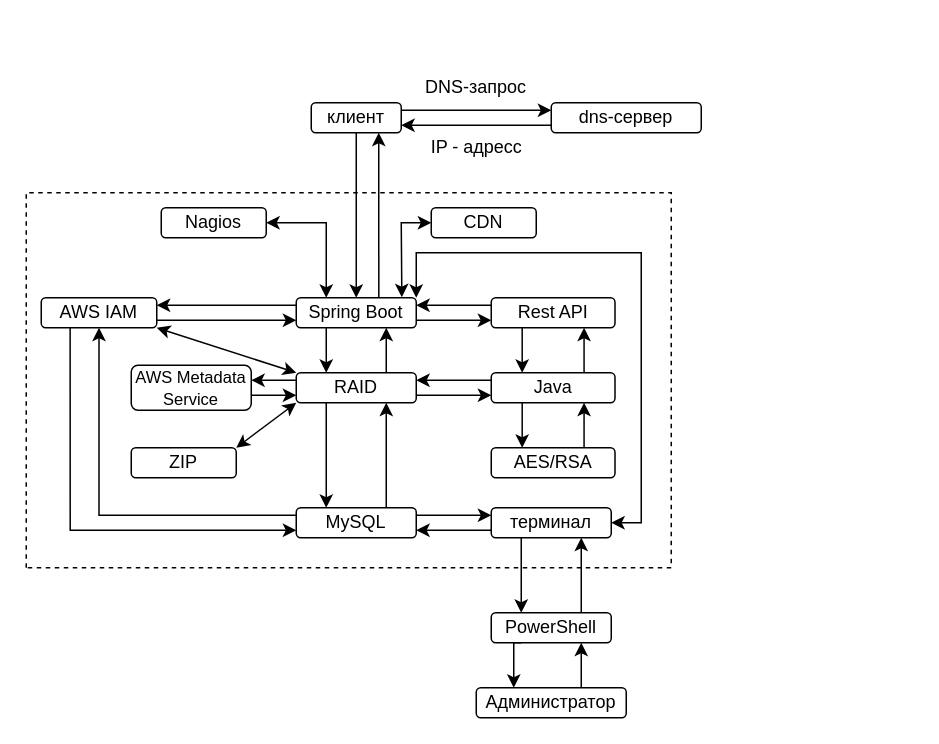
Before: Untitled Diagram.drawio in vvha/Vvha, a draw.io diagram. Source tidied: cells renumbered, new cells numbered last; positions are measured from the earlier drawing's top-left corner, leaving out a move shared by most shapes. Both pictures are drawn from the tidied source at 150%, with x=0, y=0 at pixel (26, 72).
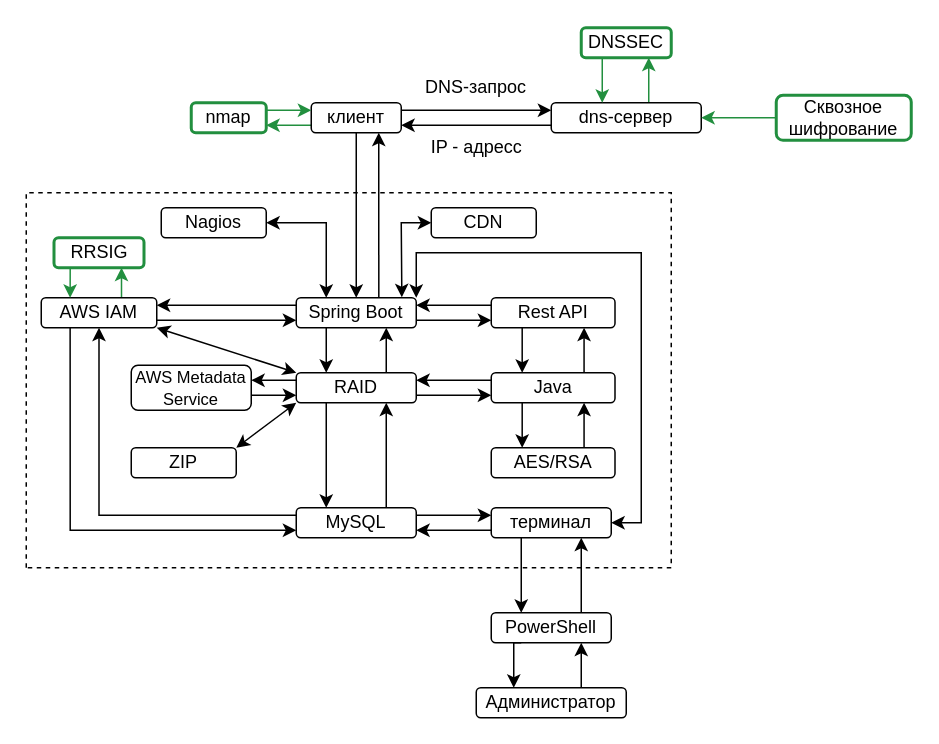
The same page after the edit.

Commit message:
defence_methods

The change refers to these unchanged cells:
```xml
<mxCell id="4" value="клиент" style="rounded=1;whiteSpace=wrap;html=1;" parent="1" vertex="1">
  <mxGeometry x="190" y="20" width="60" height="20" as="geometry" />
</mxCell>
<mxCell id="6" value="dns-сервер" style="rounded=1;whiteSpace=wrap;html=1;" parent="1" vertex="1">
  <mxGeometry x="350" y="20" width="100" height="20" as="geometry" />
</mxCell>
<mxCell id="22" value="AWS IAM" style="rounded=1;whiteSpace=wrap;html=1;" parent="1" vertex="1">
  <mxGeometry x="10" y="150" width="77" height="20" as="geometry" />
</mxCell>
```

Change to the diagram source:
```diff
@@
+    <mxCell id="55" style="edgeStyle=orthogonalEdgeStyle;rounded=0;jettySize=auto;html=1;exitX=0;exitY=0.75;exitDx=0;exitDy=0;entryX=1;entryY=0.75;entryDx=0;entryDy=0;strokeColor=#228F3F;" parent="1" edge="1" source="4" target="61">
+      <mxGeometry relative="1" as="geometry" />
+    </mxCell>
@@
+    <mxCell id="56" style="edgeStyle=orthogonalEdgeStyle;rounded=0;jettySize=auto;html=1;exitX=0.75;exitY=0;exitDx=0;exitDy=0;entryX=0.75;entryY=1;entryDx=0;entryDy=0;strokeColor=#228F3F;" parent="1" edge="1" source="6" target="63">
+      <mxGeometry relative="1" as="geometry" />
+    </mxCell>
@@
+    <mxCell id="57" style="edgeStyle=orthogonalEdgeStyle;rounded=0;jettySize=auto;html=1;exitX=0.75;exitY=0;exitDx=0;exitDy=0;entryX=0.75;entryY=1;entryDx=0;entryDy=0;strokeColor=#228F3F;" parent="1" edge="1" source="22" target="59">
+      <mxGeometry relative="1" as="geometry" />
+    </mxCell>
@@
+    <mxCell id="58" style="edgeStyle=orthogonalEdgeStyle;rounded=0;jettySize=auto;html=1;exitX=0.25;exitY=1;exitDx=0;exitDy=0;entryX=0.25;entryY=0;entryDx=0;entryDy=0;strokeColor=#228F3F;" parent="1" edge="1" source="59" target="22">
+      <mxGeometry relative="1" as="geometry" />
+    </mxCell>
+    <mxCell id="59" value="RRSIG" style="rounded=1;whiteSpace=wrap;html=1;strokeColor=#228F3F;shadow=0;strokeWidth=2;" parent="1" vertex="1">
+      <mxGeometry x="18.5" y="110" width="60" height="20" as="geometry" />
+    </mxCell>
+    <mxCell id="60" style="edgeStyle=orthogonalEdgeStyle;rounded=0;jettySize=auto;html=1;exitX=1;exitY=0.25;exitDx=0;exitDy=0;entryX=0;entryY=0.25;entryDx=0;entryDy=0;strokeColor=#228F3F;" parent="1" edge="1" source="61" target="4">
+      <mxGeometry relative="1" as="geometry" />
+    </mxCell>
+    <mxCell id="61" value="nmap" style="rounded=1;whiteSpace=wrap;html=1;strokeColor=#228F3F;shadow=0;strokeWidth=2;" parent="1" vertex="1">
+      <mxGeometry x="110" y="20" width="50" height="20" as="geometry" />
+    </mxCell>
+    <mxCell id="62" style="edgeStyle=orthogonalEdgeStyle;rounded=0;jettySize=auto;html=1;exitX=0.25;exitY=1;exitDx=0;exitDy=0;strokeColor=#228F3F;" parent="1" edge="1" source="63">
+      <mxGeometry relative="1" as="geometry">
+        <mxPoint x="384" y="20" as="targetPoint" />
+      </mxGeometry>
+    </mxCell>
+    <mxCell id="63" value="DNSSEC" style="rounded=1;whiteSpace=wrap;html=1;strokeColor=#228F3F;strokeWidth=2;" parent="1" vertex="1">
+      <mxGeometry x="370" y="-30" width="60" height="20" as="geometry" />
+    </mxCell>
+    <mxCell id="64" style="edgeStyle=orthogonalEdgeStyle;rounded=0;jettySize=auto;html=1;exitX=0;exitY=0.5;exitDx=0;exitDy=0;strokeColor=#228F3F;" parent="1" edge="1" source="65" target="6">
+      <mxGeometry relative="1" as="geometry" />
+    </mxCell>
+    <mxCell id="65" value="Сквозное шифрование" style="rounded=1;whiteSpace=wrap;html=1;strokeColor=#228F3F;strokeWidth=2;" parent="1" vertex="1">
+      <mxGeometry x="500" y="15" width="90" height="30" as="geometry" />
+    </mxCell>
```
